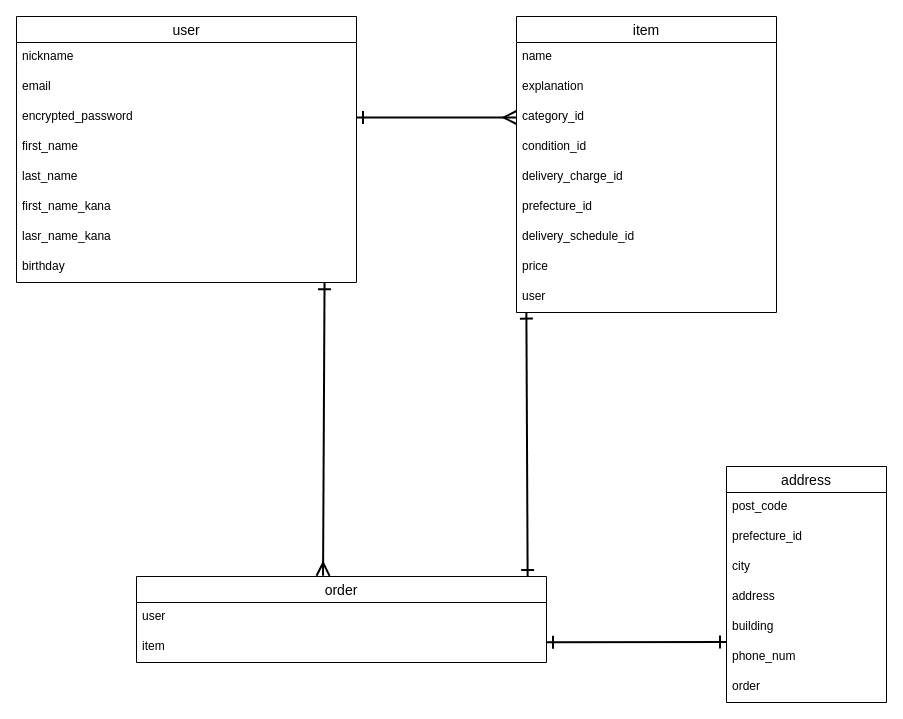
HigeTurtle/furima-39642 keeps this draw.io diagram as ER.dio. Above is the earlier version. Source tidied: cells renumbered, new cells numbered last; positions are measured from the earlier drawing's top-left corner, leaving out a move shared by most shapes. Both pictures are drawn from the tidied source at 100%, with x=0, y=0 at pixel (16, 16).
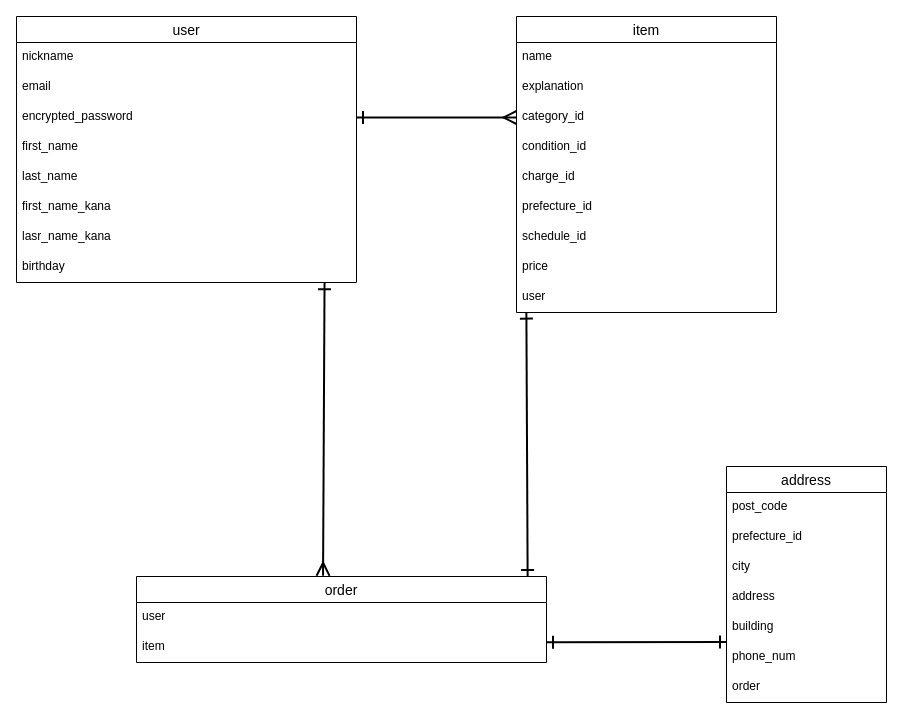
Above is the later version.

Unchanged cells that the change refers to:
```xml
<mxCell id="11" value="item" style="swimlane;fontStyle=0;horizontal=1;startSize=26;align=center;fontSize=14;" parent="1" vertex="1">
  <mxGeometry x="500" width="260" height="296" as="geometry" />
</mxCell>
```

What changed in the source:
```diff
@@
-    <mxCell id="16" value="delivery_charge_id&#10;&#10;" style="text;strokeColor=none;fillColor=none;spacingLeft=4;spacingRight=4;overflow=hidden;fontSize=12;" parent="11" vertex="1">
+    <mxCell id="16" value="charge_id&#10;&#10;" style="text;strokeColor=none;fillColor=none;spacingLeft=4;spacingRight=4;overflow=hidden;fontSize=12;" parent="11" vertex="1">
       <mxGeometry y="146" width="260" height="30" as="geometry" />
     </mxCell>
@@
-    <mxCell id="18" value="delivery_schedule_id&#10;&#10;&#10;&#10;&#10;" style="text;strokeColor=none;fillColor=none;spacingLeft=4;spacingRight=4;overflow=hidden;fontSize=12;" parent="11" vertex="1">
+    <mxCell id="18" value="schedule_id&#10;&#10;&#10;&#10;&#10;" style="text;strokeColor=none;fillColor=none;spacingLeft=4;spacingRight=4;overflow=hidden;fontSize=12;" parent="11" vertex="1">
       <mxGeometry y="206" width="260" height="30" as="geometry" />
     </mxCell>
```
